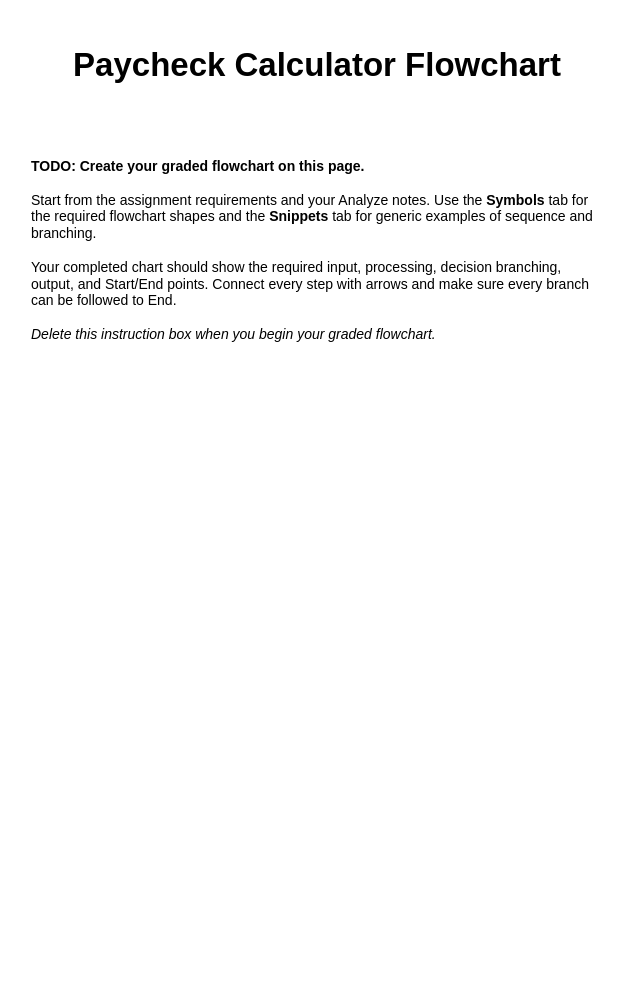
Above: page "Paycheck Calculator" (1 of 5) of design/paycheck_calculator.drawio in kylevsiefker-ai/IT-140-M-3 (draw.io), before the change. Source tidied: cells renumbered, new cells numbered last; positions are measured from the earlier drawing's top-left corner, leaving out a move shared by most shapes. Both pictures are drawn from the tidied source at 100%, with x=0, y=0 at pixel (17, 29).
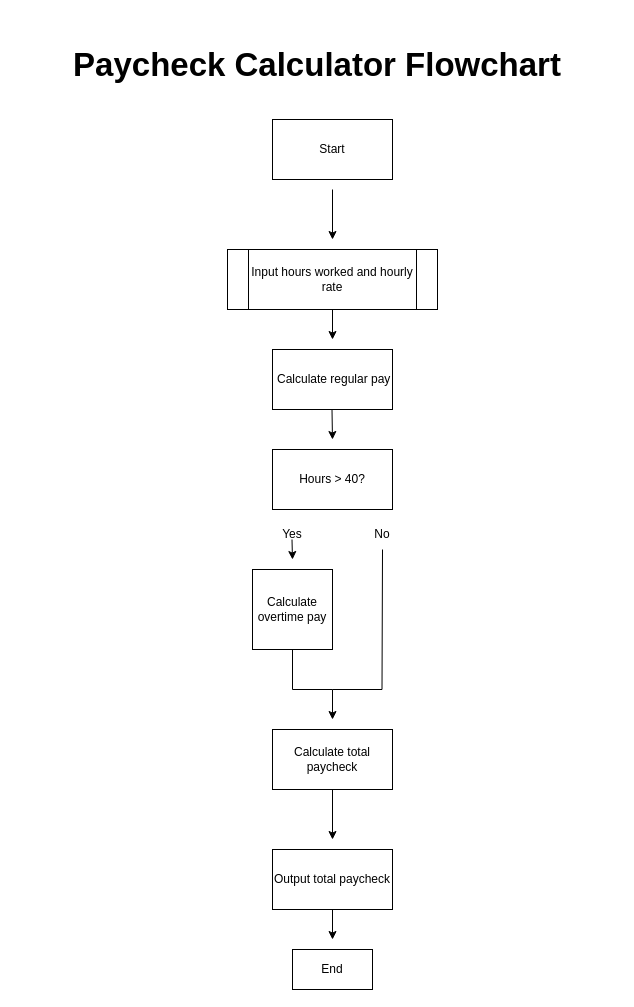
The same diagram, later.

What changed in the source:
```diff
@@
-    <mxCell id="3" value="&lt;b&gt;TODO: Create your graded flowchart on this page.&lt;/b&gt;&lt;br&gt;&lt;br&gt;Start from the assignment requirements and your Analyze notes. Use the &lt;b&gt;Symbols&lt;/b&gt; tab for the required flowchart shapes and the &lt;b&gt;Snippets&lt;/b&gt; tab for generic examples of sequence and branching.&lt;br&gt;&lt;br&gt;Your completed chart should show the required input, processing, decision branching, output, and Start/End points. Connect every step with arrows and make sure every branch can be followed to End.&lt;br&gt;&lt;br&gt;&lt;i&gt;Delete this instruction box when you begin your graded flowchart.&lt;/i&gt;" style="text;html=1;align=left;verticalAlign=top;whiteSpace=wrap;rounded=1;strokeWidth=1;spacing=14;fontSize=14;" parent="1" vertex="1">
-      <mxGeometry y="110" width="600" height="330" as="geometry" />
-    </mxCell>
+    <mxCell id="4" style="rounded=0;whiteSpace=wrap;html=1;" parent="1" vertex="1">
+      <mxGeometry x="255" y="90" width="120" height="60" as="geometry" />
+    </mxCell>
+    <mxCell id="5" value="Start" style="text;html=1;whiteSpace=wrap;strokeColor=none;fillColor=none;align=center;verticalAlign=middle;rounded=0;" parent="1" vertex="1">
+      <mxGeometry x="285" y="105" width="60" height="30" as="geometry" />
+    </mxCell>
+    <mxCell id="6" style="endArrow=classic;html=1;rounded=0;" parent="1" edge="1">
+      <mxGeometry relative="1" as="geometry">
+        <mxPoint x="315" y="160" as="sourcePoint" />
+        <mxPoint x="315" y="210" as="targetPoint" />
+      </mxGeometry>
+    </mxCell>
+    <mxCell id="7" style="shape=process;whiteSpace=wrap;html=1;backgroundOutline=1;" parent="1" vertex="1">
+      <mxGeometry x="210" y="220" width="210" height="60" as="geometry" />
+    </mxCell>
+    <mxCell id="8" value="Input hours worked&amp;nbsp;and hourly rate" style="text;html=1;whiteSpace=wrap;strokeColor=none;fillColor=none;align=center;verticalAlign=middle;rounded=0;" parent="1" vertex="1">
+      <mxGeometry x="225" y="220" width="180" height="60" as="geometry" />
+    </mxCell>
+    <mxCell id="9" style="endArrow=classic;html=1;rounded=0;exitX=0.5;exitY=1;exitDx=0;exitDy=0;" parent="1" edge="1" source="8">
+      <mxGeometry relative="1" as="geometry">
+        <mxPoint x="315" y="310" as="targetPoint" />
+      </mxGeometry>
+    </mxCell>
+    <mxCell id="10" style="rounded=0;whiteSpace=wrap;html=1;" parent="1" vertex="1">
+      <mxGeometry x="255" y="420" width="120" height="60" as="geometry" />
+    </mxCell>
+    <mxCell id="11" style="endArrow=classic;html=1;rounded=0;" parent="1" edge="1">
+      <mxGeometry relative="1" as="geometry">
+        <mxPoint x="314.5" y="380" as="sourcePoint" />
+        <mxPoint x="315" y="410" as="targetPoint" />
+      </mxGeometry>
+    </mxCell>
+    <mxCell id="12" value="&amp;nbsp;Calculate regular pay" style="rounded=0;whiteSpace=wrap;html=1;" parent="1" vertex="1">
+      <mxGeometry x="255" y="320" width="120" height="60" as="geometry" />
+    </mxCell>
+    <mxCell id="13" value="Hours &amp;gt; 40?" style="text;html=1;whiteSpace=wrap;strokeColor=none;fillColor=none;align=center;verticalAlign=middle;rounded=0;" parent="1" vertex="1">
+      <mxGeometry x="255" y="420" width="120" height="60" as="geometry" />
+    </mxCell>
+    <mxCell id="14" value="Yes" style="text;html=1;whiteSpace=wrap;strokeColor=none;fillColor=none;align=center;verticalAlign=middle;rounded=0;" parent="1" vertex="1">
+      <mxGeometry x="245" y="490" width="60" height="30" as="geometry" />
+    </mxCell>
+    <mxCell id="15" style="endArrow=classic;html=1;rounded=0;" parent="1" edge="1">
+      <mxGeometry relative="1" as="geometry">
+        <mxPoint x="274.5" y="510" as="sourcePoint" />
+        <mxPoint x="275" y="530" as="targetPoint" />
+      </mxGeometry>
+    </mxCell>
+    <mxCell id="16" value="No" style="text;html=1;whiteSpace=wrap;strokeColor=none;fillColor=none;align=center;verticalAlign=middle;rounded=0;" parent="1" vertex="1">
+      <mxGeometry x="335" y="490" width="60" height="30" as="geometry" />
+    </mxCell>
+    <mxCell id="17" style="whiteSpace=wrap;html=1;" parent="1" vertex="1">
+      <mxGeometry x="235" y="540" width="80" height="80" as="geometry" />
+    </mxCell>
+    <mxCell id="18" value="Calculate overtime pay" style="text;html=1;whiteSpace=wrap;strokeColor=none;fillColor=none;align=center;verticalAlign=middle;rounded=0;" parent="1" vertex="1">
+      <mxGeometry x="235" y="540" width="80" height="80" as="geometry" />
+    </mxCell>
+    <mxCell id="19" style="endArrow=classic;html=1;rounded=0;exitX=0.5;exitY=1;exitDx=0;exitDy=0;" parent="1" edge="1" source="16">
+      <mxGeometry relative="1" as="geometry">
+        <mxPoint x="315" y="690" as="targetPoint" />
+        <Array as="points">
+          <mxPoint x="364.5" y="660" />
+          <mxPoint x="315" y="660" />
+        </Array>
+      </mxGeometry>
+    </mxCell>
+    <mxCell id="20" style="endArrow=none;html=1;rounded=0;entryX=0.5;entryY=1;entryDx=0;entryDy=0;" parent="1" edge="1" target="18">
+      <mxGeometry relative="1" as="geometry">
+        <mxPoint x="315" y="660" as="sourcePoint" />
+        <Array as="points">
+          <mxPoint x="275" y="660" />
+        </Array>
+      </mxGeometry>
+    </mxCell>
+    <mxCell id="21" style="rounded=0;whiteSpace=wrap;html=1;" parent="1" vertex="1">
+      <mxGeometry x="255" y="700" width="120" height="60" as="geometry" />
+    </mxCell>
+    <mxCell id="22" value="Calculate total paycheck " style="text;html=1;whiteSpace=wrap;strokeColor=none;fillColor=none;align=center;verticalAlign=middle;rounded=0;" parent="1" vertex="1">
+      <mxGeometry x="255" y="700" width="120" height="60" as="geometry" />
+    </mxCell>
+    <mxCell id="23" style="endArrow=classic;html=1;rounded=0;exitX=0.5;exitY=1;exitDx=0;exitDy=0;" parent="1" edge="1" source="22">
+      <mxGeometry relative="1" as="geometry">
+        <mxPoint x="315" y="810" as="targetPoint" />
+      </mxGeometry>
+    </mxCell>
+    <mxCell id="24" style="rounded=0;whiteSpace=wrap;html=1;" parent="1" vertex="1">
+      <mxGeometry x="255" y="820" width="120" height="60" as="geometry" />
+    </mxCell>
+    <mxCell id="25" value="Output total paycheck " style="text;html=1;whiteSpace=wrap;strokeColor=none;fillColor=none;align=center;verticalAlign=middle;rounded=0;" parent="1" vertex="1">
+      <mxGeometry x="255" y="820" width="120" height="60" as="geometry" />
+    </mxCell>
+    <mxCell id="26" style="endArrow=classic;html=1;rounded=0;exitX=0.5;exitY=1;exitDx=0;exitDy=0;" parent="1" edge="1" source="25">
+      <mxGeometry relative="1" as="geometry">
+        <mxPoint x="315" y="910" as="targetPoint" />
+      </mxGeometry>
+    </mxCell>
+    <mxCell id="27" style="rounded=0;whiteSpace=wrap;html=1;" parent="1" vertex="1">
+      <mxGeometry x="275" y="920" width="80" height="40" as="geometry" />
+    </mxCell>
+    <mxCell id="28" value="End" style="text;html=1;whiteSpace=wrap;strokeColor=none;fillColor=none;align=center;verticalAlign=middle;rounded=0;" parent="1" vertex="1">
+      <mxGeometry x="285" y="925" width="60" height="30" as="geometry" />
+    </mxCell>
```
